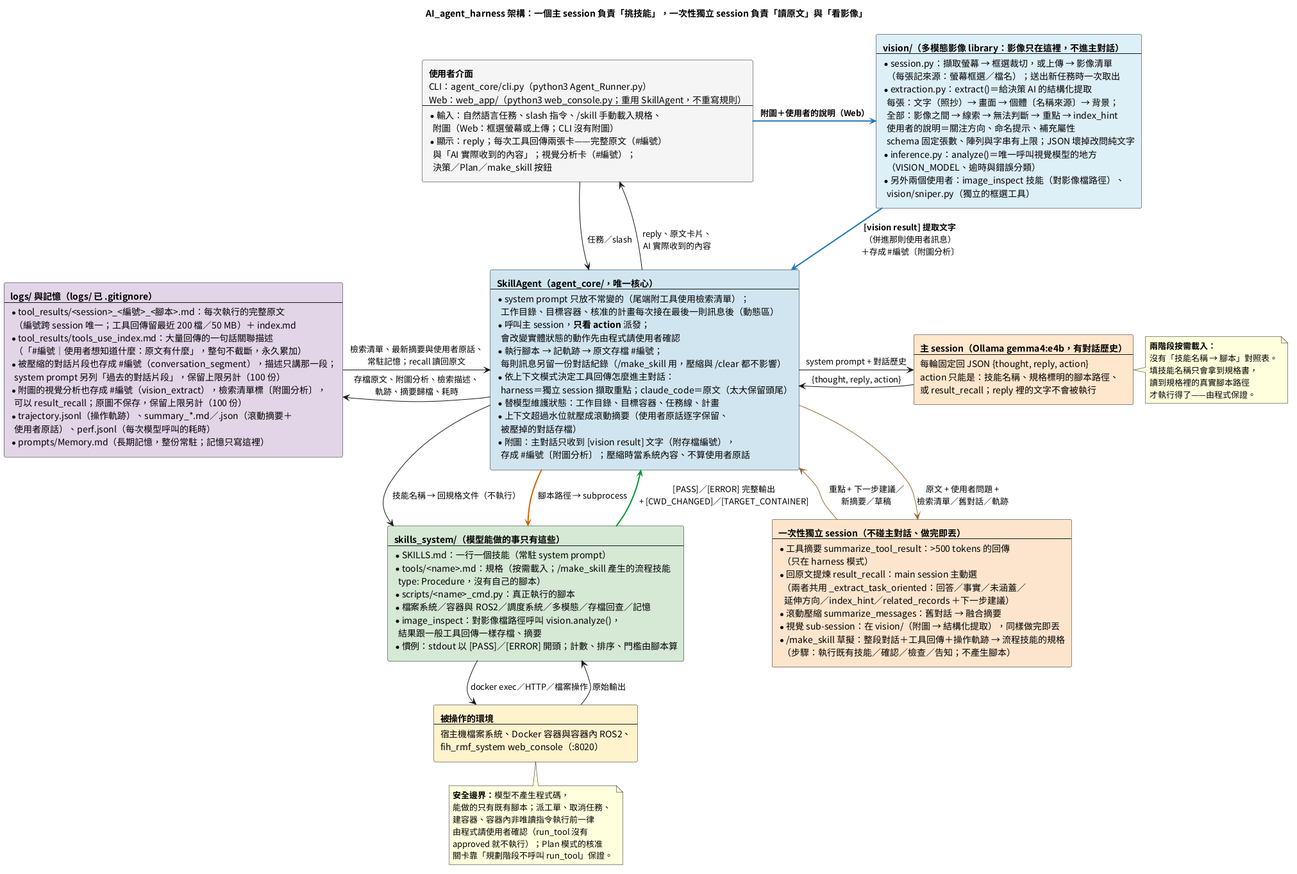
Before: doc/images/AI_agent_harness的說明.png, a diagram exported from PlantUML (DavidZox/Coding_agnet). The source it was exported from:
```plantuml
@startuml
skinparam RectangleWidthMax 340
skinparam ranksep 60
skinparam nodesep 60
skinparam shadowing false
skinparam defaultFontName "Noto Sans CJK TC"

title AI_agent_harness 架構：一個主 session 負責「挑技能」，一次性獨立 session 負責「讀原文」與「看影像」

rectangle NodeUser #F5F5F5 [
  **使用者介面**
  CLI：agent_core/cli.py（python3 Agent_Runner.py）
  Web：web_app/（python3 web_console.py；重用 SkillAgent，不重寫規則）
  ----
  * 輸入：自然語言任務、slash 指令、/skill 手動載入規格、
    附圖（Web：框選螢幕或上傳；CLI 沒有附圖）
  * 顯示：reply；每次工具回傳兩張卡——完整原文（#編號）
    與「AI 實際收到的內容」；視覺分析卡（#編號）；
    決策／Plan／make_skill 按鈕
]

rectangle NodeVision #DDEEF6 [
  **vision/（多模態影像 library：影像只在這裡，不進主對話）**
  ----
  * session.py：擷取螢幕 → 框選裁切，或上傳 → 影像清單
    （每張記來源：螢幕框選／檔名）；送出新任務時一次取出
  * extraction.py：extract()＝給決策 AI 的結構化提取
    每張：文字（照抄）→ 畫面 → 個體〔名稱來源〕→ 背景；
    全部：影像之間 → 線索 → 無法判斷 → 重點 → index_hint
    使用者的說明＝關注方向、命名提示、補充屬性
    schema 固定張數、陣列與字串有上限；JSON 壞掉改問純文字
  * inference.py：analyze()＝唯一呼叫視覺模型的地方
    （VISION_MODEL、逾時與錯誤分類）
  * 另外兩個使用者：image_inspect 技能（對影像檔路徑）、
    vision/sniper.py（獨立的框選工具）
]

rectangle NodeAgent #D1E5F0 [
  **SkillAgent（agent_core/，唯一核心）**
  ----
  * system prompt 只放不常變的（尾端附工具使用檢索清單）；
    工作目錄、目標容器、核准的計畫每次接在最後一則訊息後（動態區）
  * 呼叫主 session，**只看 action** 派發；
    會改變實體狀態的動作先由程式請使用者確認
  * 執行腳本 → 記軌跡 → 原文存檔 #編號；
    每則訊息另留一份對話紀錄（/make_skill 用，壓縮與 /clear 都不影響）
  * 依上下文模式決定工具回傳怎麼進主對話：
    harness＝獨立 session 擷取重點；claude_code＝原文（太大保留頭尾）
  * 替模型維護狀態：工作目錄、目標容器、任務線、計畫
  * 上下文超過水位就壓成滾動摘要（使用者原話逐字保留、
    被壓掉的對話存檔）
  * 附圖：主對話只收到 [vision result] 文字（附存檔編號），
    存成 #編號〔附圖分析〕；壓縮時當系統內容、不算使用者原話
]

rectangle NodeLLM #FFE6CC [
  **主 session（Ollama gemma4:e4b，有對話歷史）**
  ----
  每輪固定回 JSON {thought, reply, action}
  action 只能是：技能名稱、規格標明的腳本路徑、
  或 result_recall；reply 裡的文字不會被執行
]

rectangle NodeSub #FCE5CD [
  **一次性獨立 session（不碰主對話、做完即丟）**
  ----
  * 工具摘要 summarize_tool_result：>500 tokens 的回傳
    （只在 harness 模式）
  * 回原文提煉 result_recall：main session 主動選
    （兩者共用 _extract_task_oriented：回答／事實／未涵蓋／
     延伸方向／index_hint／related_records ＋下一步建議）
  * 滾動壓縮 summarize_messages：舊對話 → 融合摘要
  * 視覺 sub-session：在 vision/（附圖 → 結構化提取），同樣做完即丟
  * /make_skill 草擬：整段對話＋工具回傳＋操作軌跡 → 流程技能的規格
    （步驟：執行既有技能／確認／檢查／告知；不產生腳本）
]

rectangle NodeSkills #D5E8D4 [
  **skills_system/（模型能做的事只有這些）**
  ----
  * SKILLS.md：一行一個技能（常駐 system prompt）
  * tools/<name>.md：規格（按需載入；/make_skill 產生的流程技能
    type: Procedure，沒有自己的腳本）
  * scripts/<name>_cmd.py：真正執行的腳本
  * 檔案系統／容器與 ROS2／調度系統／多模態／存檔回查／記憶
  * image_inspect：對影像檔路徑呼叫 vision.analyze()，
    結果跟一般工具回傳一樣存檔、摘要
  * 慣例：stdout 以 [PASS]／[ERROR] 開頭；計數、排序、門檻由腳本算
]

rectangle NodeWorld #FFF2CC [
  **被操作的環境**
  ----
  宿主機檔案系統、Docker 容器與容器內 ROS2、
  fih_rmf_system web_console（:8020）
]

rectangle NodeStore #E1D5E7 [
  **logs/ 與記憶（logs/ 已 .gitignore）**
  ----
  * tool_results/<session>_<編號>_<腳本>.md：每次執行的完整原文
    （編號跨 session 唯一；工具回傳留最近 200 檔／50 MB）＋ index.md
  * tool_results/tools_use_index.md：大量回傳的一句話關聯描述
    （「#編號｜使用者想知道什麼：原文有什麼」，整句不截斷，永久累加）
  * 被壓縮的對話片段也存成 #編號（conversation_segment），描述只講那一段；
    system prompt 另列「過去的對話片段」，保留上限另計（100 份）
  * 附圖的視覺分析也存成 #編號（vision_extract），檢索清單標〔附圖分析〕，
    可以 result_recall；原圖不保存，保留上限另計（100 份）
  * trajectory.jsonl（操作軌跡）、summary_*.md／.json（滾動摘要＋
    使用者原話）、perf.jsonl（每次模型呼叫的耗時）
  * prompts/Memory.md（長期記憶，整份常駐；記憶只寫這裡）
]

NodeUser -down-> NodeAgent : 任務／slash
NodeAgent -up-> NodeUser : reply、原文卡片、\nAI 實際收到的內容
NodeAgent -right-> NodeLLM : system prompt + 對話歷史
NodeLLM -left-> NodeAgent : {thought, reply, action}
NodeAgent -[#996633]right-> NodeSub : 原文 + 使用者問題 +\n檢索清單／舊對話／軌跡
NodeSub -[#996633]left-> NodeAgent : 重點 + 下一步建議／\n新摘要／草稿
NodeUser -[#1F77B4,bold]right-> NodeVision : **附圖＋使用者的說明（Web）**
NodeVision -[#1F77B4,bold]down-> NodeAgent : **[vision result] 提取文字**\n（併進那則使用者訊息）\n＋存成 #編號〔附圖分析〕
NodeAgent -down-> NodeSkills : 技能名稱 → 回規格文件（不執行）
NodeAgent -[#CC6600,bold]down-> NodeSkills : 腳本路徑 → subprocess
NodeSkills -down-> NodeWorld : docker exec／HTTP／檔案操作
NodeWorld -up-> NodeSkills : 原始輸出
NodeSkills -[#009933,bold]up-> NodeAgent : [PASS]／[ERROR] 完整輸出\n+ [CWD_CHANGED]／[TARGET_CONTAINER]
NodeAgent -left-> NodeStore : 存檔原文、附圖分析、檢索描述、\n軌跡、摘要歸檔、耗時
NodeStore -right-> NodeAgent : 檢索清單、最新摘要與使用者原話、\n常駐記憶；recall 讀回原文
NodeLLM -[hidden]down-> NodeSub
NodeVision -[hidden]down-> NodeLLM

note right of NodeLLM
  **兩階段按需載入：**
  沒有「技能名稱 → 腳本」對照表。
  填技能名稱只會拿到規格書，
  讀到規格裡的真實腳本路徑
  才執行得了——由程式保證。
end note

note bottom of NodeWorld
  **安全邊界：**模型不產生程式碼，
  能做的只有既有腳本；派工單、取消任務、
  建容器、容器內非唯讀指令執行前一律
  由程式請使用者確認（run_tool 沒有
  approved 就不執行）；Plan 模式的核准
  關卡靠「規劃階段不呼叫 run_tool」保證。
end note

@enduml
```
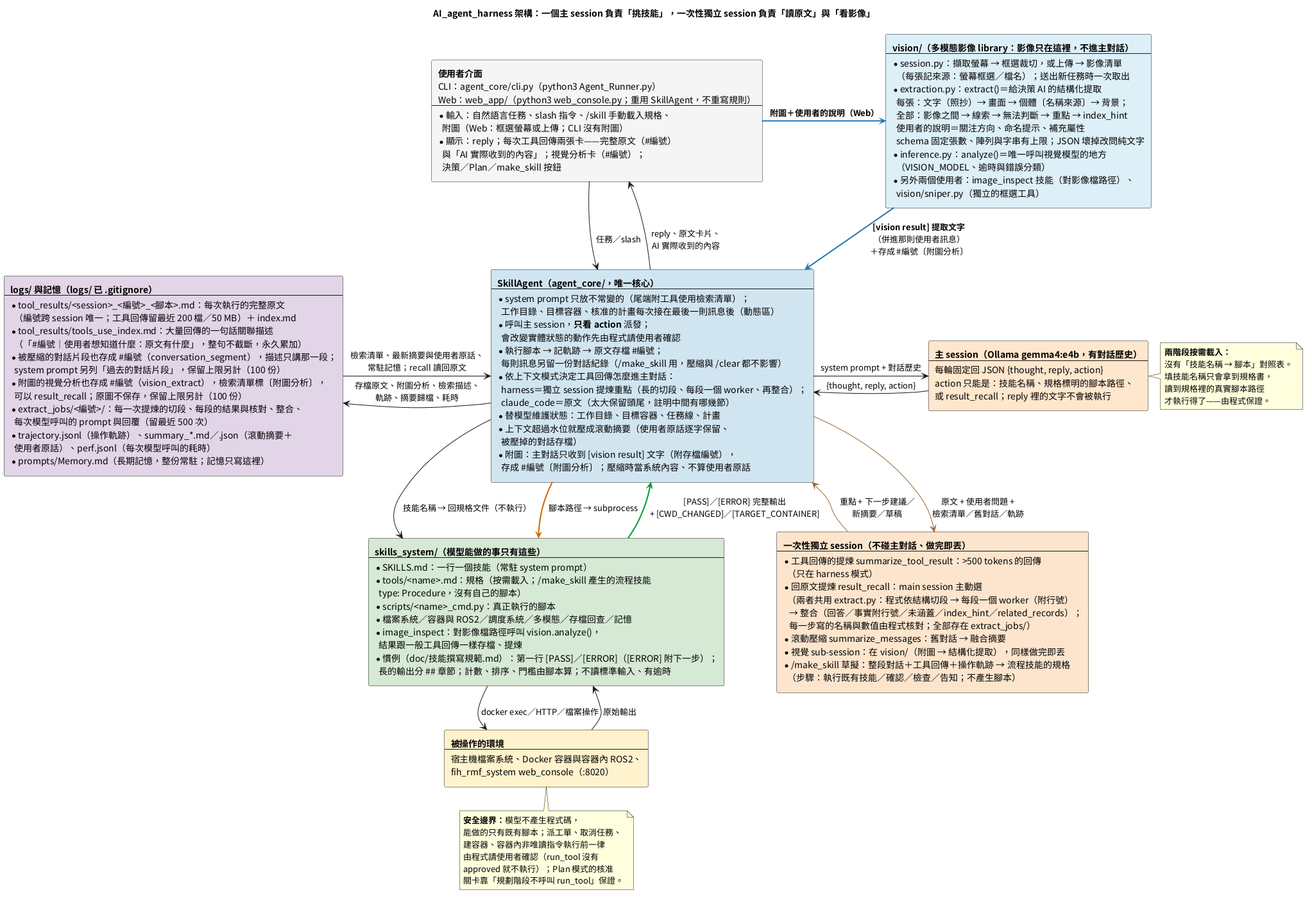
The same diagram one commit later.

Change to the diagram source:
```diff
@@ -45,7 +45,8 @@
   * 執行腳本 → 記軌跡 → 原文存檔 #編號；
     每則訊息另留一份對話紀錄（/make_skill 用，壓縮與 /clear 都不影響）
   * 依上下文模式決定工具回傳怎麼進主對話：
-    harness＝獨立 session 擷取重點；claude_code＝原文（太大保留頭尾）
+    harness＝獨立 session 提煉重點（長的切段、每段一個 worker、再整合）；
+    claude_code＝原文（太大保留頭尾，註明中間有哪幾節）
   * 替模型維護狀態：工作目錄、目標容器、任務線、計畫
   * 上下文超過水位就壓成滾動摘要（使用者原話逐字保留、
     被壓掉的對話存檔）
@@ -64,11 +65,12 @@
 rectangle NodeSub #FCE5CD [
   **一次性獨立 session（不碰主對話、做完即丟）**
   ----
-  * 工具摘要 summarize_tool_result：>500 tokens 的回傳
+  * 工具回傳的提煉 summarize_tool_result：>500 tokens 的回傳
     （只在 harness 模式）
   * 回原文提煉 result_recall：main session 主動選
-    （兩者共用 _extract_task_oriented：回答／事實／未涵蓋／
-     延伸方向／index_hint／related_records ＋下一步建議）
+    （兩者共用 extract.py：程式依結構切段 → 每段一個 worker（附行號）
+     → 整合（回答／事實附行號／未涵蓋／index_hint／related_records）；
+     每一步寫的名稱與數值由程式核對；全部存在 extract_jobs/）
   * 滾動壓縮 summarize_messages：舊對話 → 融合摘要
   * 視覺 sub-session：在 vision/（附圖 → 結構化提取），同樣做完即丟
   * /make_skill 草擬：整段對話＋工具回傳＋操作軌跡 → 流程技能的規格
@@ -84,8 +86,9 @@
   * scripts/<name>_cmd.py：真正執行的腳本
   * 檔案系統／容器與 ROS2／調度系統／多模態／存檔回查／記憶
   * image_inspect：對影像檔路徑呼叫 vision.analyze()，
-    結果跟一般工具回傳一樣存檔、摘要
-  * 慣例：stdout 以 [PASS]／[ERROR] 開頭；計數、排序、門檻由腳本算
+    結果跟一般工具回傳一樣存檔、提煉
+  * 慣例（doc/技能撰寫規範.md）：第一行 [PASS]／[ERROR]（[ERROR] 附下一步）；
+    長的輸出分 ## 章節；計數、排序、門檻由腳本算；不讀標準輸入、有逾時
 ]
 
 rectangle NodeWorld #FFF2CC [
@@ -106,6 +109,8 @@
     system prompt 另列「過去的對話片段」，保留上限另計（100 份）
   * 附圖的視覺分析也存成 #編號（vision_extract），檢索清單標〔附圖分析〕，
     可以 result_recall；原圖不保存，保留上限另計（100 份）
+  * extract_jobs/<編號>/：每一次提煉的切段、每段的結果與核對、整合、
+    每次模型呼叫的 prompt 與回覆（留最近 500 次）
   * trajectory.jsonl（操作軌跡）、summary_*.md／.json（滾動摘要＋
     使用者原話）、perf.jsonl（每次模型呼叫的耗時）
   * prompts/Memory.md（長期記憶，整份常駐；記憶只寫這裡）
```
